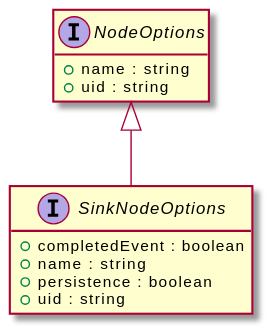
Earlier version of the PlantUML export assets/SinkNodeOptions-umlClassDiagram-10071.svg (OpenHPS/openhps-core). Source of this version:
```plantuml
@startuml
skinparam BackgroundColor transparent
hide empty methods
hide empty fields
interface "SinkNodeOptions" {
    +completedEvent : boolean
    +name : string
    +persistence : boolean
    +uid : string
}
interface "NodeOptions" {
    +name : string
    +uid : string
}
"NodeOptions" <|-- "SinkNodeOptions"
@enduml
```
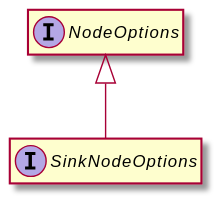
Later version of the same file.

The edit, as a diff of the source:
```diff
@@ -3,14 +3,8 @@
 hide empty methods
 hide empty fields
 interface "SinkNodeOptions" {
-    +completedEvent : boolean
-    +name : string
-    +persistence : boolean
-    +uid : string
 }
 interface "NodeOptions" {
-    +name : string
-    +uid : string
 }
 "NodeOptions" <|-- "SinkNodeOptions"
 @enduml
```
